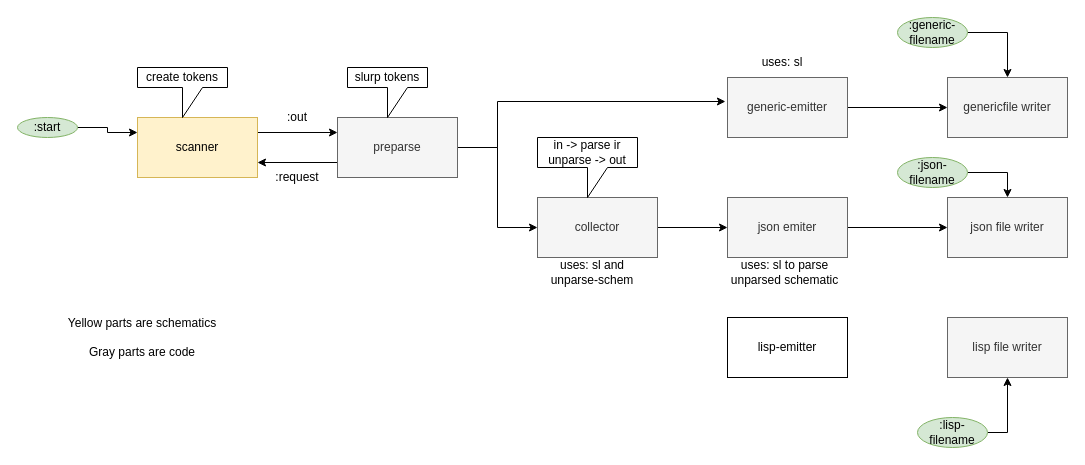
Before: page "back end parser internals" (2 of 3) of svg/back-end/back-end.drawio in bmfbp/bmfbp, a draw.io diagram. Source tidied: cells renumbered, new cells numbered last; positions are measured from the earlier drawing's top-left corner, leaving out a move shared by most shapes. Both pictures are drawn from the tidied source at 100%, with x=0, y=0 at pixel (17, 17).
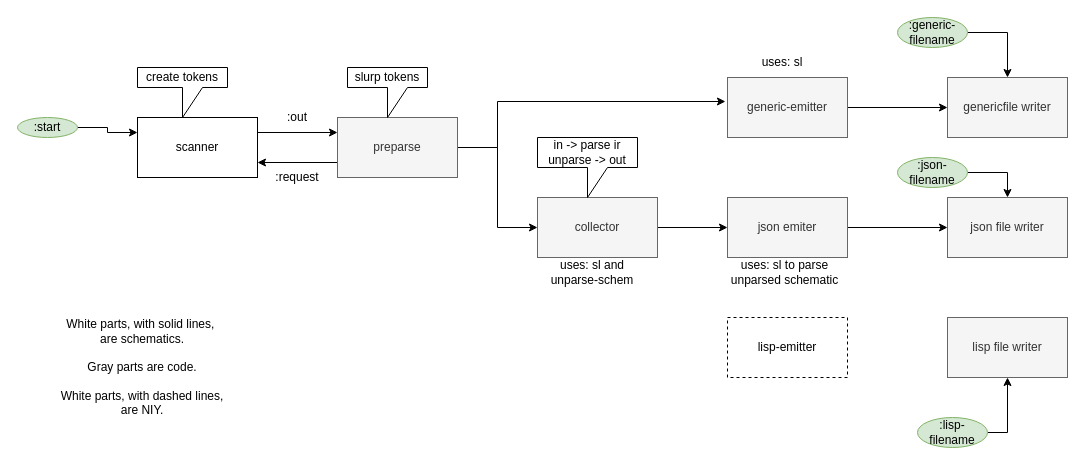
The same diagram, later.

The edit, as a diff of the source:
```diff
@@
-    <mxCell id="3" value="scanner" style="rounded=0;whiteSpace=wrap;html=1;fillColor=#fff2cc;strokeColor=#d6b656;" parent="1" vertex="1">
+    <mxCell id="3" value="scanner" style="rounded=0;whiteSpace=wrap;html=1;" parent="1" vertex="1">
       <mxGeometry x="120" y="100" width="120" height="60" as="geometry" />
     </mxCell>
@@
-    <mxCell id="12" value="lisp-emitter" style="rounded=0;whiteSpace=wrap;html=1;" parent="1" vertex="1">
+    <mxCell id="12" value="lisp-emitter" style="rounded=0;whiteSpace=wrap;html=1;dashed=1;" parent="1" vertex="1">
       <mxGeometry x="710" y="300" width="120" height="60" as="geometry" />
     </mxCell>
@@
-    <mxCell id="34" value="Yellow parts are schematics&lt;br&gt;&lt;br&gt;Gray parts are code" style="text;html=1;strokeColor=none;fillColor=none;align=center;verticalAlign=middle;whiteSpace=wrap;rounded=0;" parent="1" vertex="1">
-      <mxGeometry x="40" y="290" width="170" height="60" as="geometry" />
+    <mxCell id="34" value="White parts, with solid lines,&amp;nbsp; are schematics.&lt;br&gt;&lt;br&gt;Gray parts are code.&lt;br&gt;&lt;br&gt;White parts, with dashed lines, are NIY." style="text;html=1;strokeColor=none;fillColor=none;align=center;verticalAlign=middle;whiteSpace=wrap;rounded=0;" parent="1" vertex="1">
+      <mxGeometry x="40" y="290" width="170" height="120" as="geometry" />
     </mxCell>
```
